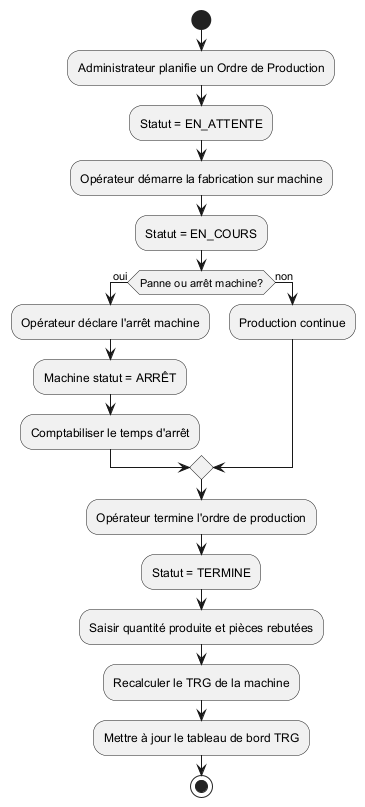
ayoubmek/PFE_data_science keeps this PlantUML diagram as Rapport/diagrams/sprint2_activity.png. Above is the earlier version.
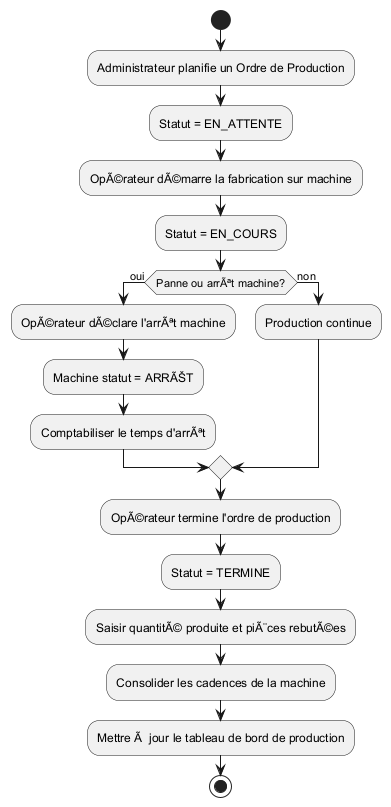
Above is the later version.

Diff of the diagram source:
```diff
@@ -2,19 +2,19 @@
 start
 :Administrateur planifie un Ordre de Production;
 :Statut = EN_ATTENTE;
-:Opérateur démarre la fabrication sur machine;
+:OpÃ©rateur dÃ©marre la fabrication sur machine;
 :Statut = EN_COURS;
-if (Panne ou arrêt machine?) then (oui)
-    :Opérateur déclare l'arrêt machine;
-    :Machine statut = ARRÊT;
-    :Comptabiliser le temps d'arrêt;
+if (Panne ou arrÃªt machine?) then (oui)
+    :OpÃ©rateur dÃ©clare l'arrÃªt machine;
+    :Machine statut = ARRÃŠT;
+    :Comptabiliser le temps d'arrÃªt;
 else (non)
     :Production continue;
 endif
-:Opérateur termine l'ordre de production;
+:OpÃ©rateur termine l'ordre de production;
 :Statut = TERMINE;
-:Saisir quantité produite et pièces rebutées;
-:Recalculer le TRG de la machine;
-:Mettre à jour le tableau de bord TRG;
+:Saisir quantitÃ© produite et piÃ¨ces rebutÃ©es;
+:Consolider les cadences de la machine;
+:Mettre Ã  jour le tableau de bord de production;
 stop
 @enduml
```
